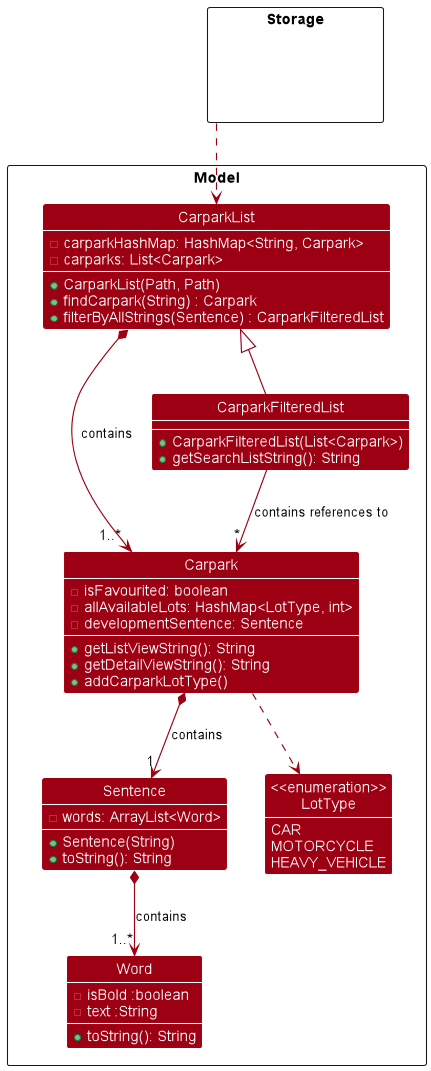
Earlier version of the PlantUML export docs/images/ModelClassDiagram.png (nus-cs2113-AY2223S1/tp). Its source is kept beside it as docs/diagrams/ModelClassDiagram.puml. Source of this version:
```plantuml
@startuml
!include style.puml
skinparam arrowThickness 1.1
skinparam arrowColor MODEL_COLOR
skinparam classBackgroundColor MODEL_COLOR
show field
show methods

package Storage <<Rectangle>> {
Class HiddenStorage #FFFFFF
}

package Model <<Rectangle>> {
Class CarparkList {
    -carparkHashMap: HashMap<String, Carpark>
    -carparks: List<Carpark>
    +CarparkList(Path, Path)
    +findCarpark(String) : Carpark
    +filterByAllStrings(Sentence) : CarparkFilteredList
}

Class Sentence {
    -words: ArrayList<Word>
    +Sentence(String)
    +toString(): String
}

Class Word {
    - isBold :boolean
    - text :String
    + toString(): String
}

Class Carpark {
    -isFavourited: boolean
    -allAvailableLots: HashMap<LotType, int>
    -developmentSentence: Sentence
    +getListViewString(): String
    +getDetailViewString(): String
    +addCarparkLotType()
}
Class CarparkFilteredList {
    +CarparkFilteredList(List<Carpark>)
    +getSearchListString(): String
}

Class "<<enumeration>>\nLotType" as LotType
    {
        CAR
        MOTORCYCLE
        HEAVY_VEHICLE
    }
    hide empty methods
}

Class HiddenOutside #FFFFFF

Storage -[dashed]-> CarparkList
CarparkList *--> "1..*" Carpark : contains
CarparkList <|-- CarparkFilteredList
CarparkFilteredList --> "*" Carpark : contains references to
Carpark *--> "1" Sentence : contains
Sentence *--> "1..*" Word : contains
Carpark -[dashed]-> LotType
@enduml
```
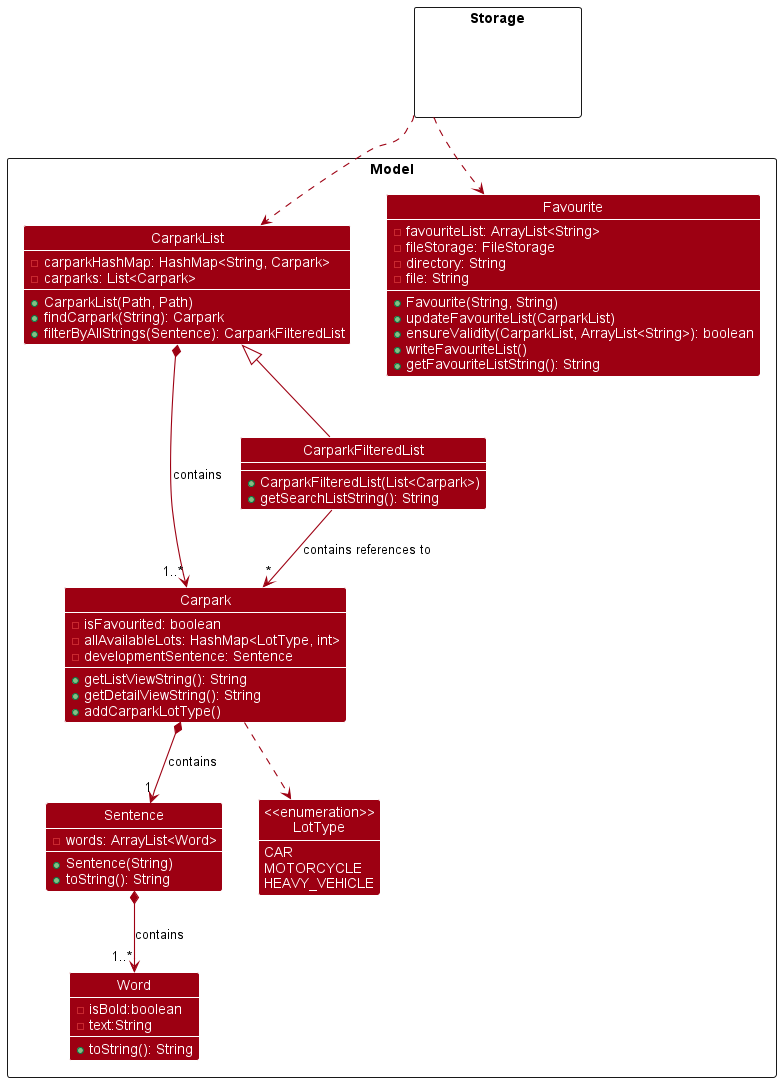
Above is the later version.

Diff of the diagram source:
```diff
@@ -15,8 +15,8 @@
     -carparkHashMap: HashMap<String, Carpark>
     -carparks: List<Carpark>
     +CarparkList(Path, Path)
-    +findCarpark(String) : Carpark
-    +filterByAllStrings(Sentence) : CarparkFilteredList
+    +findCarpark(String): Carpark
+    +filterByAllStrings(Sentence): CarparkFilteredList
 }
 
 Class Sentence {
@@ -26,8 +26,8 @@
 }
 
 Class Word {
-    - isBold :boolean
-    - text :String
+    - isBold:boolean
+    - text:String
     + toString(): String
 }
 
@@ -51,15 +51,30 @@
         HEAVY_VEHICLE
     }
     hide empty methods
+
+    Class Favourite {
+        -favouriteList: ArrayList<String>
+        -fileStorage: FileStorage
+        -directory: String
+        -file: String
+        +Favourite(String, String)
+        +updateFavouriteList(CarparkList)
+        +ensureValidity(CarparkList, ArrayList<String>): boolean
+        +writeFavouriteList()
+        +getFavouriteListString(): String
+    }
 }
+
+
 
 Class HiddenOutside #FFFFFF
 
 Storage -[dashed]-> CarparkList
-CarparkList *--> "1..*" Carpark : contains
+Storage -[dashed]-> Favourite
+CarparkList *--> "1..*" Carpark: contains
 CarparkList <|-- CarparkFilteredList
-CarparkFilteredList --> "*" Carpark : contains references to
-Carpark *--> "1" Sentence : contains
-Sentence *--> "1..*" Word : contains
+CarparkFilteredList --> "*" Carpark: contains references to
+Carpark *--> "1" Sentence: contains
+Sentence *--> "1..*" Word: contains
 Carpark -[dashed]-> LotType
 @enduml
```
